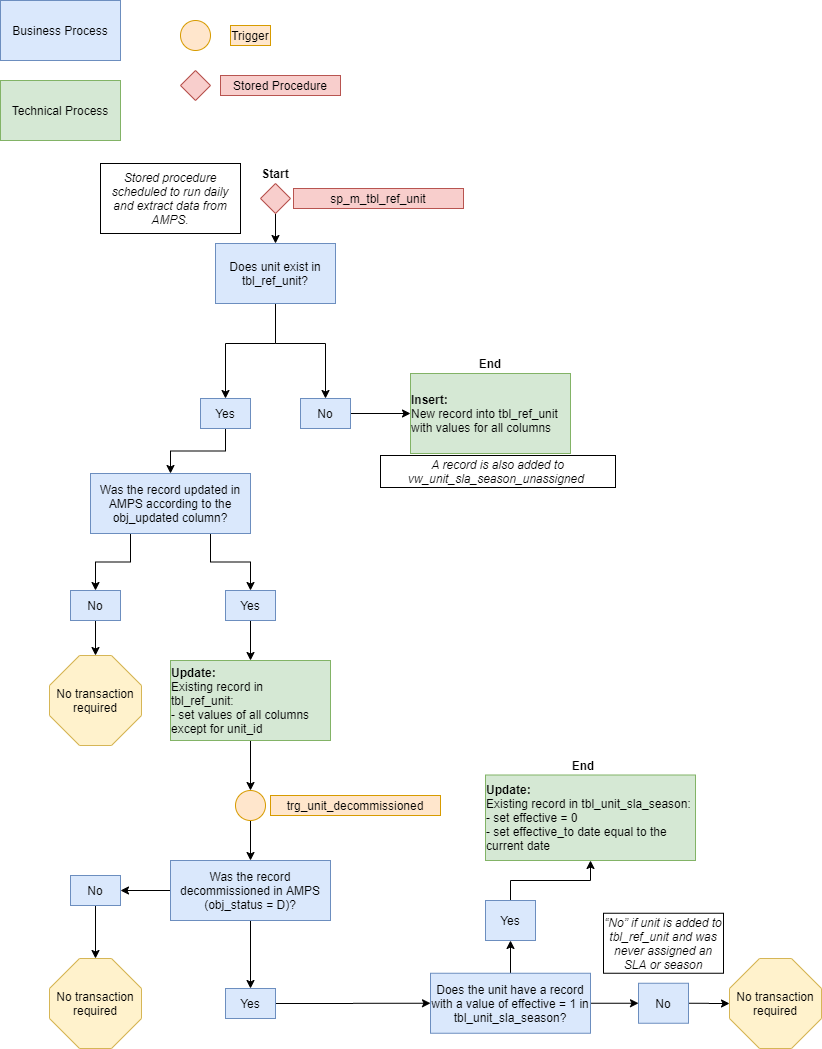
Before: images/trg_unit_decommissioned.png, a diagram exported from draw.io (NYC-Parks/SLADB). Source tidied: cells renumbered, new cells last; positions are measured from the earlier drawing's top-left corner, leaving out a move shared by most shapes.
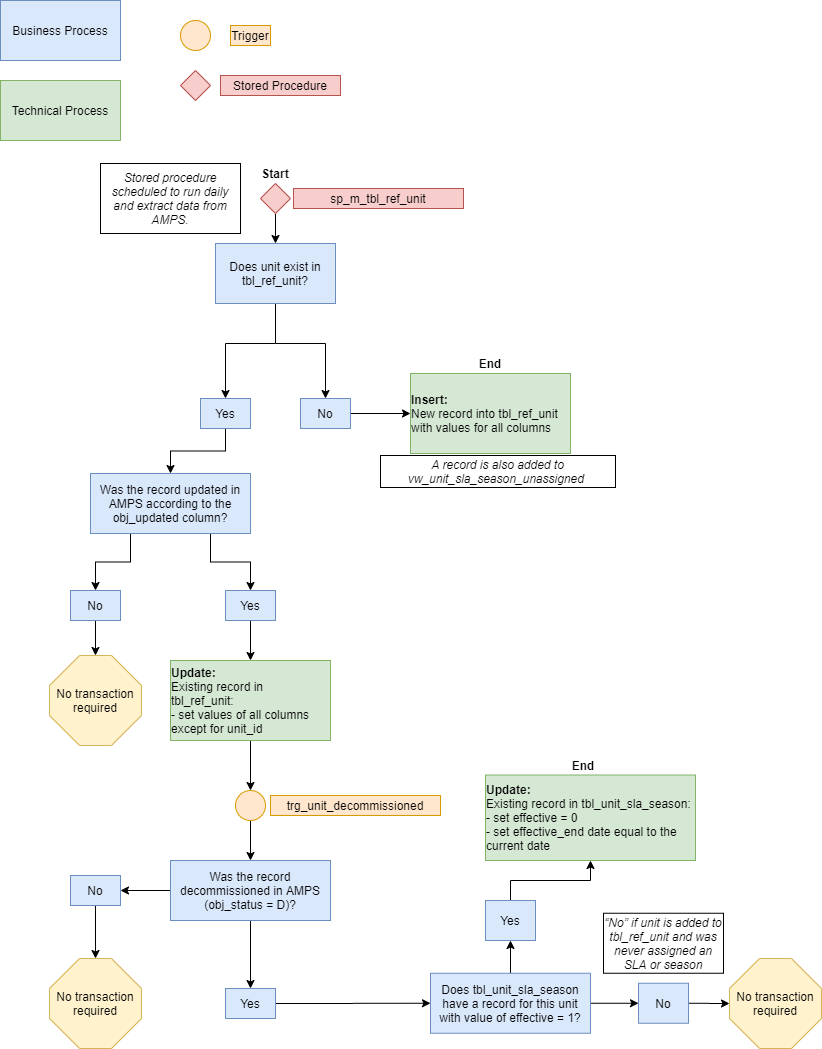
Later version of the same file.

Change to the diagram source:
```diff
@@ -66,7 +66,7 @@
     <mxCell id="20" style="edgeStyle=orthogonalEdgeStyle;rounded=0;jettySize=auto;html=1;exitX=1;exitY=0.5;exitDx=0;exitDy=0;entryX=0;entryY=0.5;entryDx=0;entryDy=0;" parent="1" edge="1" source="21" target="25">
       <mxGeometry relative="1" as="geometry" />
     </mxCell>
-    <mxCell id="21" value="Does the unit have a record with a value of effective = 1 in tbl_unit_sla_season?" style="rounded=0;whiteSpace=wrap;html=1;fillColor=#dae8fc;strokeColor=#6c8ebf;" parent="1" vertex="1">
+    <mxCell id="21" value="Does tbl_unit_sla_season have a record for this unit with value of effective = 1?" style="rounded=0;whiteSpace=wrap;html=1;fillColor=#dae8fc;strokeColor=#6c8ebf;" parent="1" vertex="1">
       <mxGeometry x="430" y="972.8" width="160" height="60" as="geometry" />
     </mxCell>
     <mxCell id="22" style="edgeStyle=orthogonalEdgeStyle;rounded=0;jettySize=auto;html=1;exitX=0.5;exitY=0;exitDx=0;exitDy=0;" parent="1" edge="1" source="23" target="27">
@@ -84,7 +84,7 @@
     <mxCell id="26" value="No transaction required" style="whiteSpace=wrap;html=1;shape=mxgraph.basic.octagon2;align=center;verticalAlign=middle;dx=15;fillColor=#fff2cc;strokeColor=#d6b656;" parent="1" vertex="1">
       <mxGeometry x="729" y="958" width="92" height="90" as="geometry" />
     </mxCell>
-    <mxCell id="27" value="&lt;div style=&quot;text-align: left&quot;&gt;&lt;b&gt;Update:&lt;/b&gt;&lt;/div&gt;&lt;div style=&quot;text-align: left&quot;&gt;Existing record in tbl_unit_sla_season:&lt;/div&gt;&lt;div style=&quot;text-align: left&quot;&gt;- set effective = 0&lt;/div&gt;&lt;div style=&quot;text-align: left&quot;&gt;- set effective_to date equal to the current date&lt;/div&gt;" style="rounded=0;whiteSpace=wrap;html=1;fillColor=#d5e8d4;strokeColor=#82b366;" parent="1" vertex="1">
+    <mxCell id="27" value="&lt;div style=&quot;text-align: left&quot;&gt;&lt;b&gt;Update:&lt;/b&gt;&lt;/div&gt;&lt;div style=&quot;text-align: left&quot;&gt;Existing record in tbl_unit_sla_season:&lt;/div&gt;&lt;div style=&quot;text-align: left&quot;&gt;- set effective = 0&lt;/div&gt;&lt;div style=&quot;text-align: left&quot;&gt;- set effective_end date equal to the current date&lt;/div&gt;" style="rounded=0;whiteSpace=wrap;html=1;fillColor=#d5e8d4;strokeColor=#82b366;" parent="1" vertex="1">
       <mxGeometry x="485" y="774.5" width="210" height="85.5" as="geometry" />
     </mxCell>
     <mxCell id="28" value="&lt;span id=&quot;docs-internal-guid-cab402d8-7fff-18fc-b851-d093ed2a1515&quot;&gt;&lt;span style=&quot;font-family: &amp;#34;arial&amp;#34; ; background-color: transparent ; vertical-align: baseline&quot;&gt;&lt;font style=&quot;font-size: 12px&quot;&gt;&lt;i&gt;A record is also added to vw_unit_sla_season_unassigned&amp;nbsp;&lt;/i&gt;&lt;/font&gt;&lt;/span&gt;&lt;/span&gt;" style="rounded=0;whiteSpace=wrap;html=1;fillColor=none;" parent="1" vertex="1">
```
